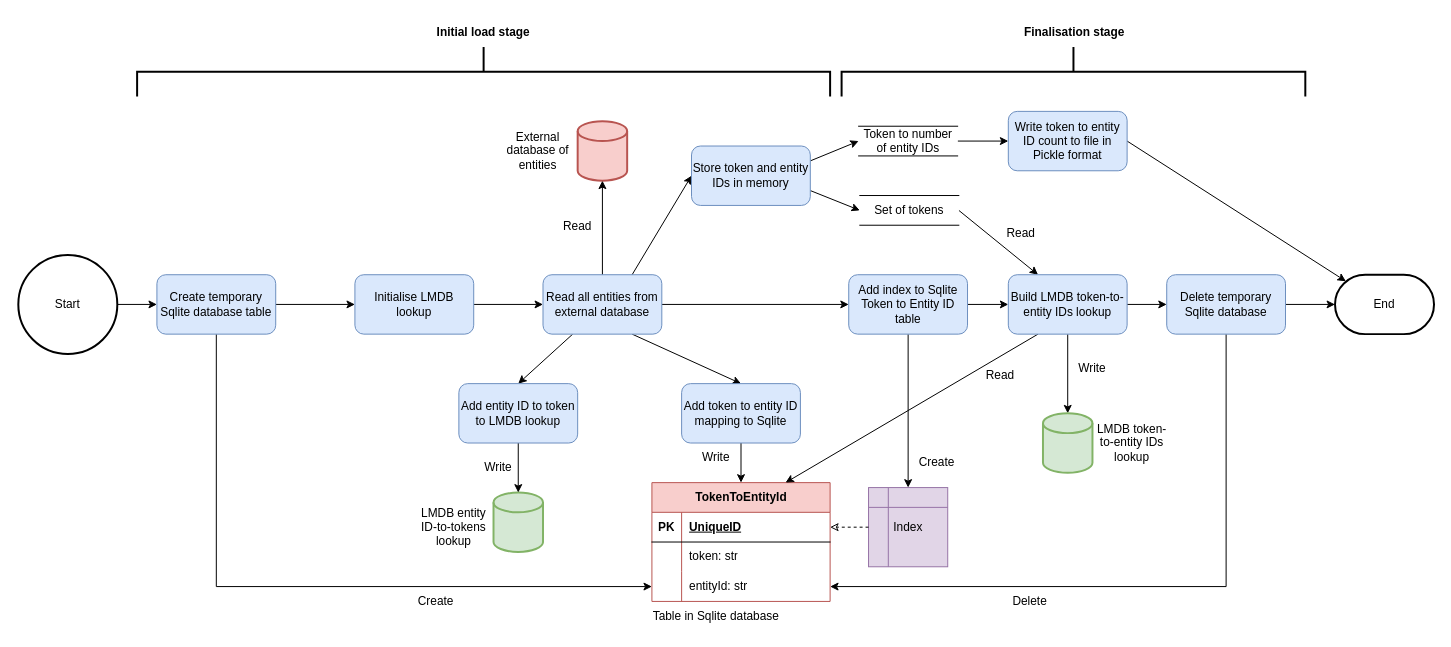
This is Python/DataScience/entity-extraction/images/lmdb-load.drawio from cdclaxton/learning, a draw.io file, before an edit. Source tidied: cells renumbered, new cells numbered last; positions are measured from the earlier drawing's top-left corner, leaving out a move shared by most shapes. Both pictures are drawn from the tidied source at 99%, with x=0, y=0 at pixel (18, -275).
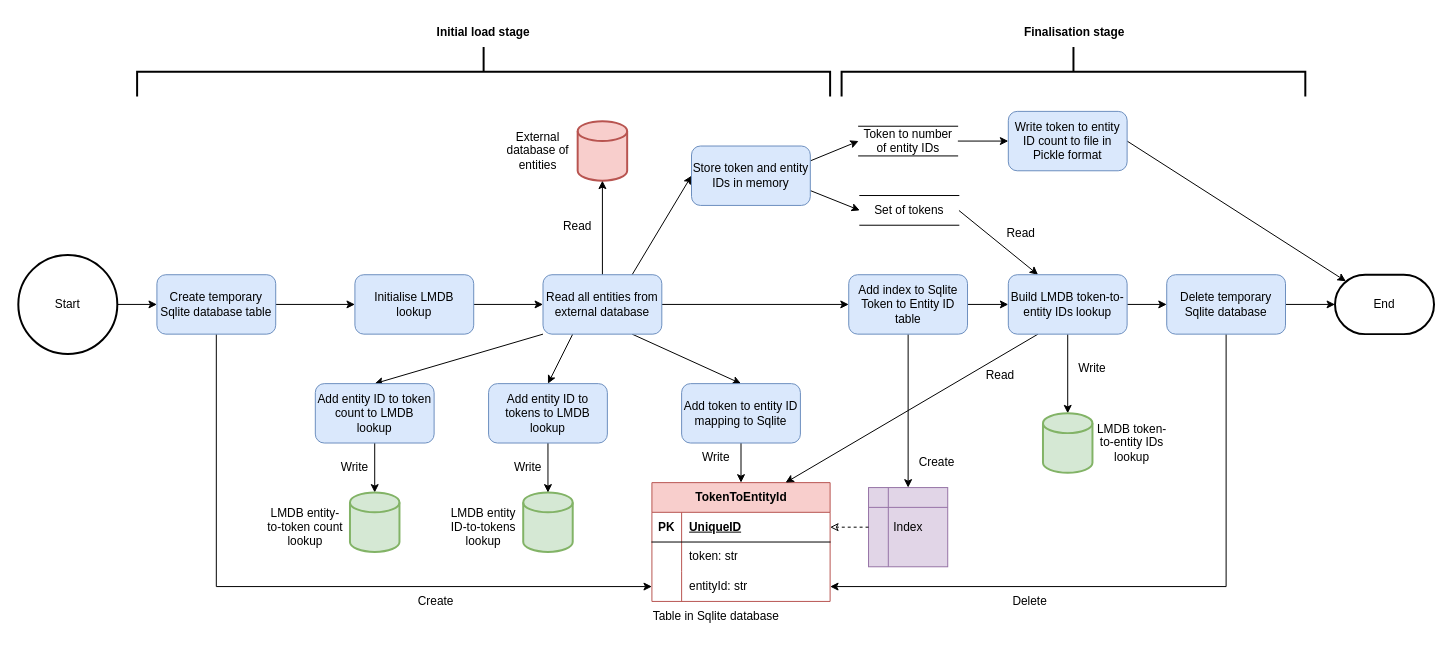
The same page after the edit.

Commit message (it also covers changes not shown here):
Update image to include entity-to-token count

Unchanged cells that the change refers to:
```xml
<mxCell id="8" value="Read all entities from external database" style="rounded=1;whiteSpace=wrap;html=1;fillColor=#dae8fc;strokeColor=#6c8ebf;" parent="1" vertex="1">
  <mxGeometry x="530" y="555" width="120" height="60" as="geometry" />
</mxCell>
```

The edit, as a diff of the source:
```diff
@@
+    <mxCell id="71" style="rounded=0;jettySize=auto;html=1;exitX=0;exitY=1;exitDx=0;exitDy=0;entryX=0.5;entryY=0;entryDx=0;entryDy=0;" parent="1" edge="1" source="8" target="73">
+      <mxGeometry relative="1" as="geometry" />
+    </mxCell>
@@
     <mxCell id="21" style="strokeWidth=2;html=1;shape=mxgraph.flowchart.database;whiteSpace=wrap;fillColor=#d5e8d4;strokeColor=#82b366;" parent="1" vertex="1">
-      <mxGeometry x="480" y="775" width="50" height="60" as="geometry" />
+      <mxGeometry x="510" y="775" width="50" height="60" as="geometry" />
     </mxCell>
     <mxCell id="22" value="LMDB entity ID-to-tokens lookup" style="text;html=1;strokeColor=none;fillColor=none;align=center;verticalAlign=middle;whiteSpace=wrap;rounded=0;" parent="1" vertex="1">
-      <mxGeometry x="400" y="785" width="80" height="50" as="geometry" />
+      <mxGeometry x="430" y="785" width="80" height="50" as="geometry" />
     </mxCell>
@@
-    <mxCell id="30" value="Add entity ID to token to LMDB lookup" style="rounded=1;whiteSpace=wrap;html=1;fillColor=#dae8fc;strokeColor=#6c8ebf;" parent="1" vertex="1">
-      <mxGeometry x="445" y="665" width="120" height="60" as="geometry" />
+    <mxCell id="30" value="Add entity ID to tokens to LMDB lookup" style="rounded=1;whiteSpace=wrap;html=1;fillColor=#dae8fc;strokeColor=#6c8ebf;" parent="1" vertex="1">
+      <mxGeometry x="475" y="665" width="120" height="60" as="geometry" />
     </mxCell>
@@
     <mxCell id="60" value="Write" style="text;html=1;strokeColor=none;fillColor=none;align=center;verticalAlign=middle;whiteSpace=wrap;rounded=0;" parent="1" vertex="1">
-      <mxGeometry x="450" y="735" width="70" height="30" as="geometry" />
+      <mxGeometry x="485" y="735" width="60" height="30" as="geometry" />
     </mxCell>
@@
+    <mxCell id="72" style="edgeStyle=orthogonalEdgeStyle;rounded=0;jettySize=auto;html=1;exitX=0.5;exitY=1;exitDx=0;exitDy=0;entryX=0.5;entryY=0;entryDx=0;entryDy=0;entryPerimeter=0;" parent="1" edge="1" source="73" target="74">
+      <mxGeometry relative="1" as="geometry" />
+    </mxCell>
+    <mxCell id="73" value="Add entity ID to token count to LMDB lookup" style="rounded=1;whiteSpace=wrap;html=1;fillColor=#dae8fc;strokeColor=#6c8ebf;" parent="1" vertex="1">
+      <mxGeometry x="300" y="665" width="120" height="60" as="geometry" />
+    </mxCell>
+    <mxCell id="74" style="strokeWidth=2;html=1;shape=mxgraph.flowchart.database;whiteSpace=wrap;fillColor=#d5e8d4;strokeColor=#82b366;" parent="1" vertex="1">
+      <mxGeometry x="335" y="775" width="50" height="60" as="geometry" />
+    </mxCell>
+    <mxCell id="75" value="LMDB entity-to-token count lookup" style="text;html=1;strokeColor=none;fillColor=none;align=center;verticalAlign=middle;whiteSpace=wrap;rounded=0;" parent="1" vertex="1">
+      <mxGeometry x="250" y="785" width="80" height="50" as="geometry" />
+    </mxCell>
+    <mxCell id="76" value="Write" style="text;html=1;strokeColor=none;fillColor=none;align=center;verticalAlign=middle;whiteSpace=wrap;rounded=0;" parent="1" vertex="1">
+      <mxGeometry x="310" y="735" width="60" height="30" as="geometry" />
+    </mxCell>
```
